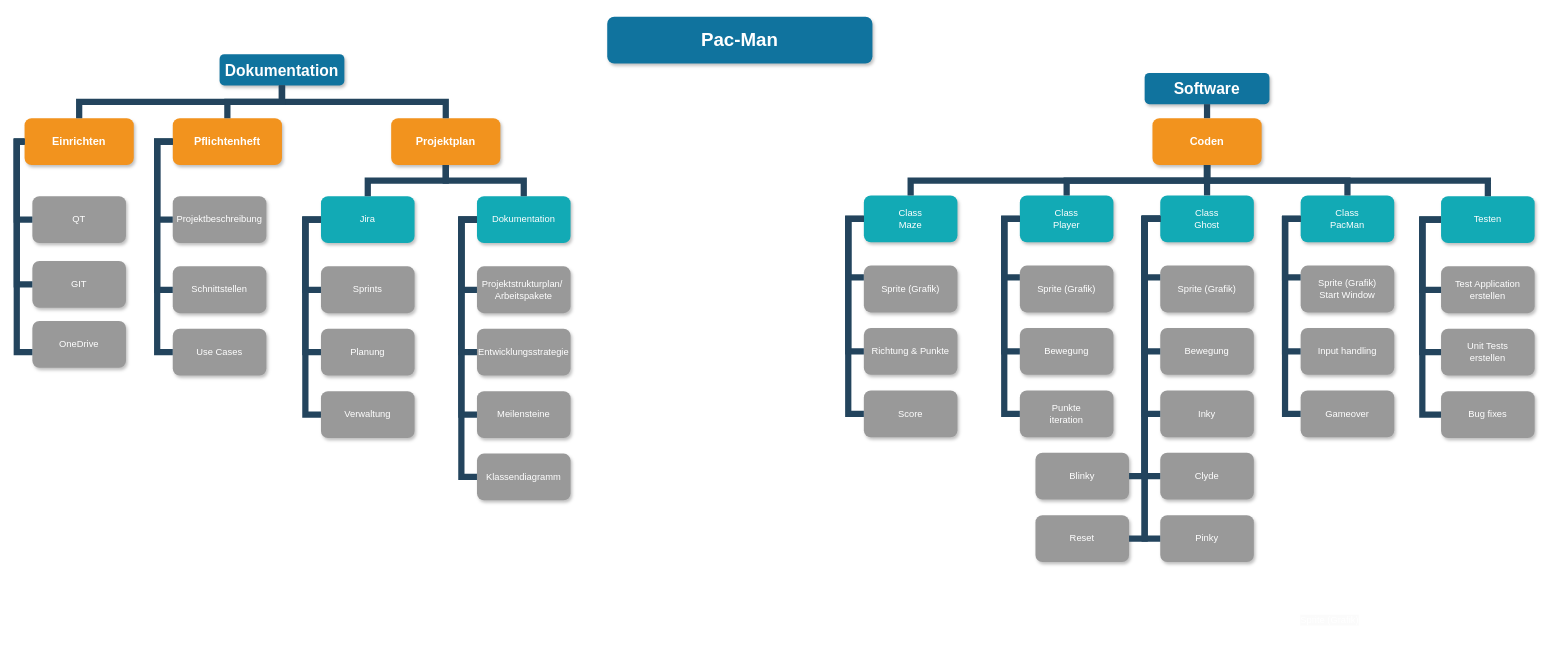
Earlier version of the draw.io diagram Planung/Projektplan/Projektstrukturplan.drawio (flurin-b/PMSwEng). Source tidied: cells renumbered, new cells numbered last; positions are measured from the earlier drawing's top-left corner, leaving out a move shared by most shapes. Both pictures are drawn from the tidied source at 78%, with x=0, y=0 at pixel (16, 16).
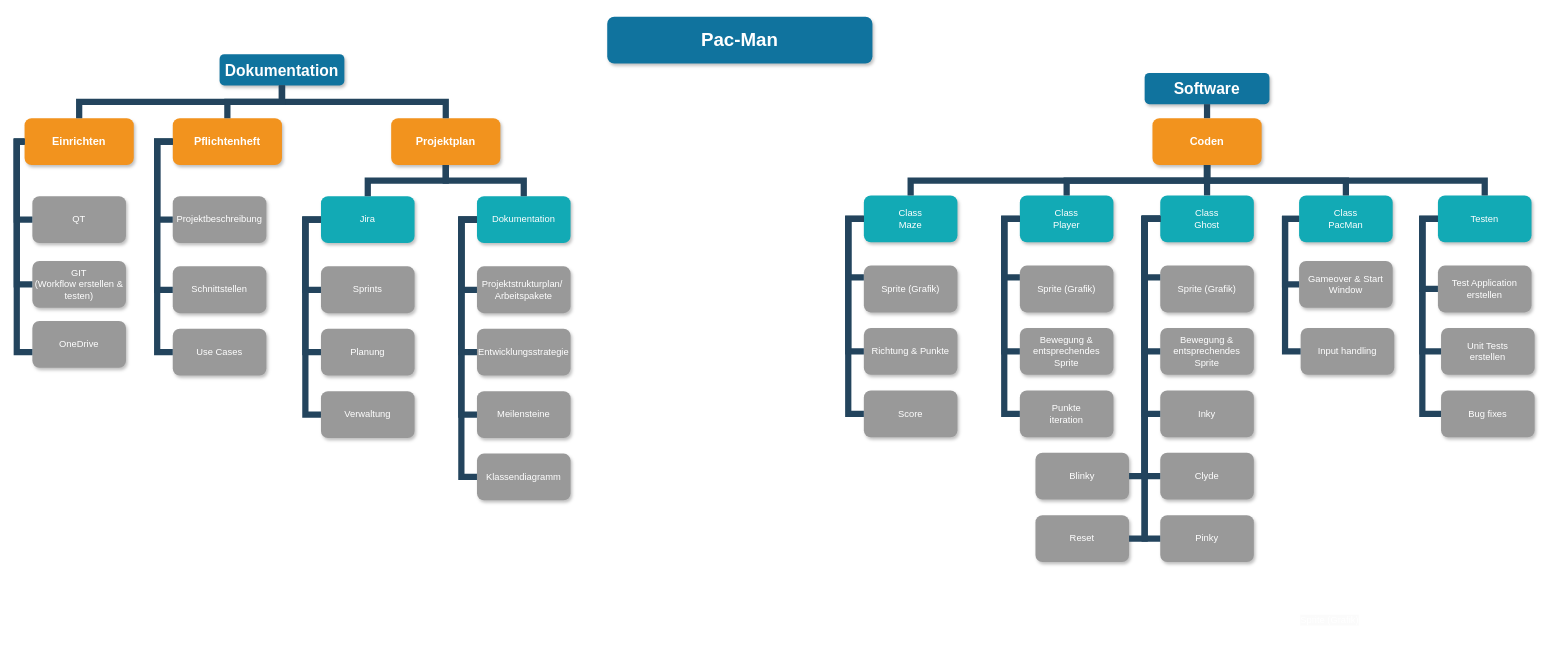
After the change.

Commit message:
Projektstrukturplan kleine Änderungen

The edit, as a diff of the source:
```diff
@@
-    <mxCell id="8" value="GIT" style="whiteSpace=wrap;rounded=1;fillColor=#999999;strokeColor=none;shadow=1;fontColor=#FFFFFF;fontStyle=0;" parent="1" vertex="1">
+    <mxCell id="8" value="GIT&#10;(Workflow erstellen &amp; testen)" style="whiteSpace=wrap;rounded=1;fillColor=#999999;strokeColor=none;shadow=1;fontColor=#FFFFFF;fontStyle=0;" parent="1" vertex="1">
       <mxGeometry x="20" y="313" width="120" height="60" as="geometry" />
     </mxCell>
@@
-    <mxCell id="39" value="Bewegung" style="whiteSpace=wrap;rounded=1;fillColor=#999999;strokeColor=none;shadow=1;fontColor=#FFFFFF;fontStyle=0;" parent="1" vertex="1">
+    <mxCell id="39" value="Bewegung &amp; entsprechendes Sprite" style="whiteSpace=wrap;rounded=1;fillColor=#999999;strokeColor=none;shadow=1;fontColor=#FFFFFF;fontStyle=0;" parent="1" vertex="1">
       <mxGeometry x="1286" y="399" width="120" height="60" as="geometry" />
     </mxCell>
@@
-    <mxCell id="55" value="Bewegung" style="whiteSpace=wrap;rounded=1;fillColor=#999999;strokeColor=none;shadow=1;fontColor=#FFFFFF;fontStyle=0;" parent="1" vertex="1">
+    <mxCell id="55" value="Bewegung &amp; entsprechendes Sprite" style="whiteSpace=wrap;rounded=1;fillColor=#999999;strokeColor=none;shadow=1;fontColor=#FFFFFF;fontStyle=0;" parent="1" vertex="1">
       <mxGeometry x="1466" y="399" width="120" height="60" as="geometry" />
     </mxCell>
@@
     <mxCell id="64" value="Class&#10;PacMan" style="whiteSpace=wrap;rounded=1;fillColor=#12AAB5;strokeColor=none;shadow=1;fontColor=#FFFFFF;" parent="1" vertex="1">
-      <mxGeometry x="1646" y="229" width="120" height="60" as="geometry" />
+      <mxGeometry x="1644" y="229" width="120" height="60" as="geometry" />
     </mxCell>
-    <mxCell id="65" value="Sprite (Grafik)&lt;br&gt;Start Window" style="whiteSpace=wrap;rounded=1;fillColor=#999999;strokeColor=none;shadow=1;fontColor=#FFFFFF;fontStyle=0;html=1;" parent="1" vertex="1">
-      <mxGeometry x="1646" y="319" width="120" height="60" as="geometry" />
-    </mxCell>
@@
-    <mxCell id="67" value="Gameover" style="whiteSpace=wrap;rounded=1;fillColor=#999999;strokeColor=none;shadow=1;fontColor=#FFFFFF;fontStyle=0;" parent="1" vertex="1">
-      <mxGeometry x="1646" y="479" width="120" height="60" as="geometry" />
+    <mxCell id="67" value="Gameover &amp; Start Window" style="whiteSpace=wrap;rounded=1;fillColor=#999999;strokeColor=none;shadow=1;fontColor=#FFFFFF;fontStyle=0;" parent="1" vertex="1">
+      <mxGeometry x="1644" y="313" width="120" height="60" as="geometry" />
     </mxCell>
-    <mxCell id="68" style="edgeStyle=elbowEdgeStyle;elbow=horizontal;rounded=0;fontColor=#000000;endArrow=none;endFill=0;strokeWidth=8;strokeColor=#23445D;" parent="1" edge="1" source="64" target="65">
-      <mxGeometry relative="1" as="geometry">
-        <Array as="points">
-          <mxPoint x="1626" y="334" />
-        </Array>
-      </mxGeometry>
-    </mxCell>
@@
     <mxCell id="84" value="Test Application&lt;br&gt;erstellen" style="whiteSpace=wrap;rounded=1;fillColor=#999999;strokeColor=none;shadow=1;fontColor=#FFFFFF;fontStyle=0;html=1;" parent="1" vertex="1">
-      <mxGeometry x="1826" y="320" width="120" height="60" as="geometry" />
+      <mxGeometry x="1822" y="319" width="120" height="60" as="geometry" />
     </mxCell>
     <mxCell id="85" value="Unit Tests&#10;erstellen" style="whiteSpace=wrap;rounded=1;fillColor=#999999;strokeColor=none;shadow=1;fontColor=#FFFFFF;fontStyle=0;" parent="1" vertex="1">
-      <mxGeometry x="1826" y="400" width="120" height="60" as="geometry" />
+      <mxGeometry x="1826" y="399" width="120" height="60" as="geometry" />
     </mxCell>
     <mxCell id="86" value="Bug fixes" style="whiteSpace=wrap;rounded=1;fillColor=#999999;strokeColor=none;shadow=1;fontColor=#FFFFFF;fontStyle=0;" parent="1" vertex="1">
-      <mxGeometry x="1826" y="480" width="120" height="60" as="geometry" />
+      <mxGeometry x="1826" y="479" width="120" height="60" as="geometry" />
     </mxCell>
@@
     <mxCell id="90" value="Testen" style="whiteSpace=wrap;rounded=1;fillColor=#12AAB5;strokeColor=none;shadow=1;fontColor=#FFFFFF;" parent="1" vertex="1">
-      <mxGeometry x="1826" y="230" width="120" height="60" as="geometry" />
+      <mxGeometry x="1822" y="229" width="120" height="60" as="geometry" />
     </mxCell>
```
